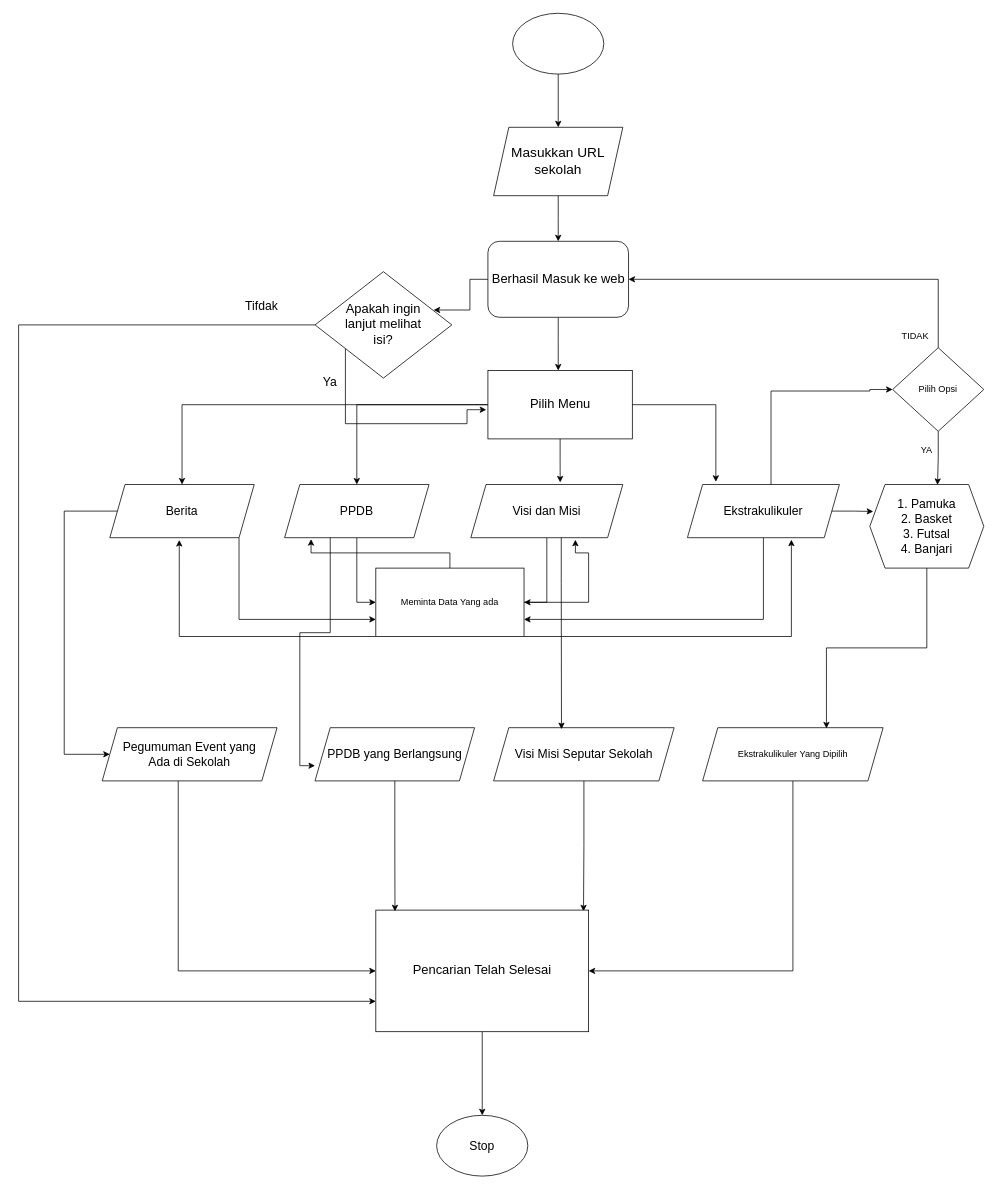
This is analisis sistem.drawio from Sretes-PiceF/UPK, a draw.io file, before an edit. Source tidied: cells renumbered, new cells numbered last; positions are measured from the earlier drawing's top-left corner, leaving out a move shared by most shapes. Both pictures are drawn from the tidied source at 76%, with x=0, y=0 at pixel (18, 13).
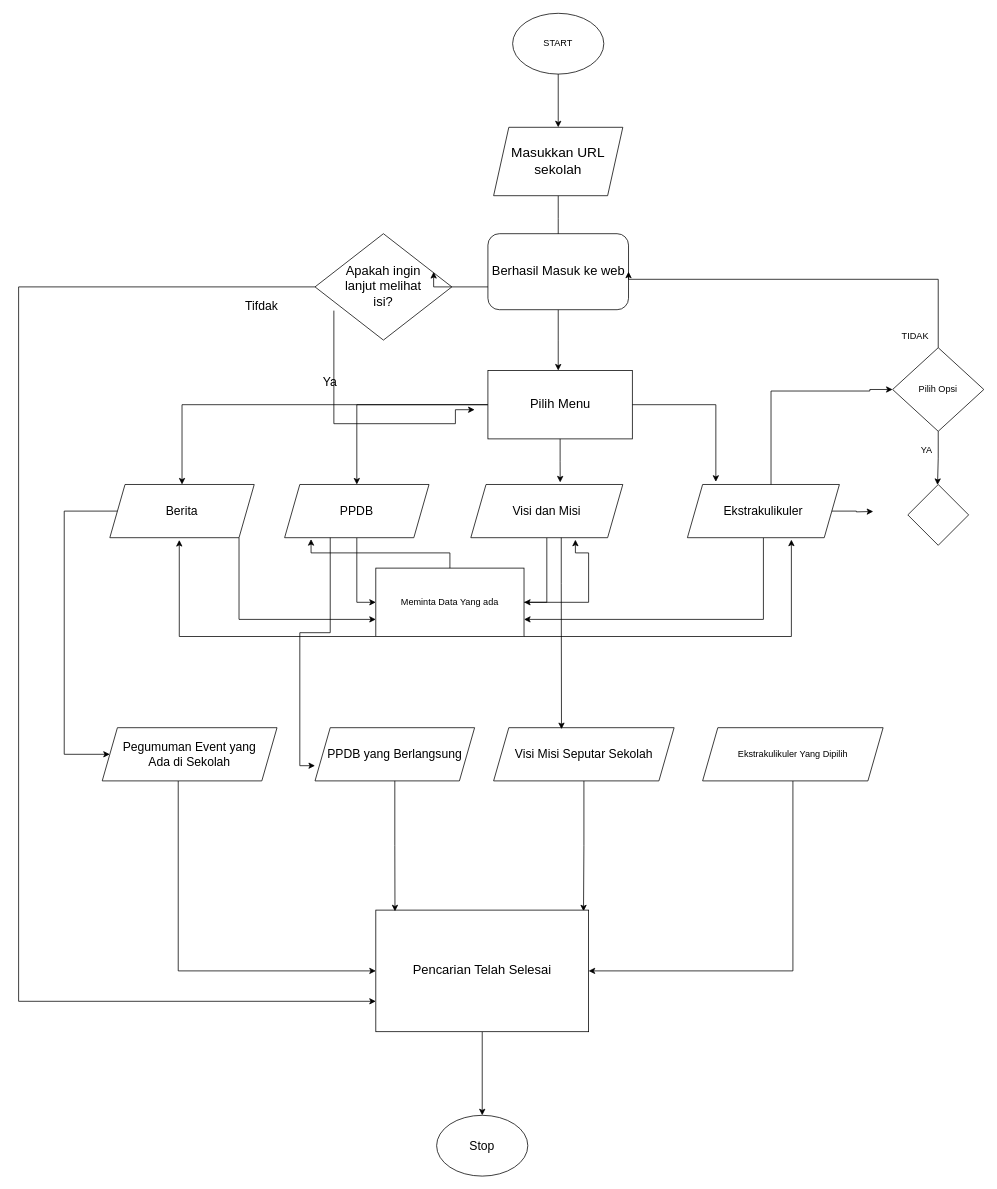
Above is the later version.

The change refers to these unchanged cells:
```xml
<mxCell id="12" value="&lt;font style=&quot;font-size: 16px;&quot;&gt;Ekstrakulikuler&lt;/font&gt;" style="shape=parallelogram;perimeter=parallelogramPerimeter;whiteSpace=wrap;html=1;fixedSize=1;" parent="1" vertex="1">
  <mxGeometry x="880" y="620" width="200" height="70" as="geometry" />
</mxCell>
<mxCell id="38" value="Ekstrakulikuler Yang Dipilih" style="shape=parallelogram;perimeter=parallelogramPerimeter;whiteSpace=wrap;html=1;fixedSize=1;" parent="1" vertex="1">
  <mxGeometry x="900" y="940" width="237.5" height="70" as="geometry" />
</mxCell>
<mxCell id="42" value="Pilih Opsi" style="rhombus;whiteSpace=wrap;html=1;" parent="1" vertex="1">
  <mxGeometry x="1150" y="440" width="120" height="110" as="geometry" />
</mxCell>
<mxCell id="53" value="&lt;font style=&quot;font-size: 17px;&quot;&gt;Pencarian Telah Selesai&lt;/font&gt;" style="rounded=0;whiteSpace=wrap;html=1;" parent="1" vertex="1">
  <mxGeometry x="470" y="1180" width="280" height="160" as="geometry" />
</mxCell>
```

The edit, as a diff of the source:
```diff
@@
-    <mxCell id="3" style="ellipse;whiteSpace=wrap;html=1;" parent="1" vertex="1">
+    <mxCell id="3" value="START" style="ellipse;whiteSpace=wrap;html=1;" parent="1" vertex="1">
       <mxGeometry x="650" width="120" height="80" as="geometry" />
     </mxCell>
@@
     <mxCell id="14" value="&lt;font style=&quot;font-size: 17px;&quot;&gt;Berhasil Masuk ke web&lt;/font&gt;" style="rounded=1;whiteSpace=wrap;html=1;" parent="1" vertex="1">
-      <mxGeometry x="617.5" y="300" width="185" height="100" as="geometry" />
+      <mxGeometry x="617.5" y="290" width="185" height="100" as="geometry" />
     </mxCell>
-    <mxCell id="15" style="edgeStyle=orthogonalEdgeStyle;rounded=0;jettySize=auto;html=1;entryX=0;entryY=0.75;entryDx=0;entryDy=0;" parent="1" edge="1" source="17">
+    <mxCell id="15" style="edgeStyle=orthogonalEdgeStyle;rounded=0;orthogonalLoop=1;jettySize=auto;html=1;entryX=0;entryY=0.75;entryDx=0;entryDy=0;" parent="1" edge="1">
       <mxGeometry relative="1" as="geometry">
-        <mxPoint x="615.3" y="521.6" as="targetPoint" />
+        <mxPoint x="414.8" y="391.2" as="sourcePoint" />
+        <mxPoint x="600" y="521.6" as="targetPoint" />
         <Array as="points">
-          <mxPoint x="430" y="540" />
-          <mxPoint x="590" y="540" />
-          <mxPoint x="590" y="522" />
+          <mxPoint x="414.7" y="540" />
+          <mxPoint x="574.7" y="540" />
+          <mxPoint x="574.7" y="522" />
         </Array>
       </mxGeometry>
     </mxCell>
     <mxCell id="16" style="edgeStyle=orthogonalEdgeStyle;rounded=0;jettySize=auto;html=1;entryX=0;entryY=0.75;entryDx=0;entryDy=0;" parent="1" edge="1" source="17" target="53">
       <mxGeometry relative="1" as="geometry">
         <Array as="points">
-          <mxPoint y="410" />
+          <mxPoint y="360" />
           <mxPoint y="1300" />
         </Array>
       </mxGeometry>
     </mxCell>
     <mxCell id="17" value="&lt;div&gt;&lt;font style=&quot;font-size: 17px;&quot;&gt;Apakah ingin &lt;br&gt;&lt;/font&gt;&lt;/div&gt;&lt;div&gt;&lt;font style=&quot;font-size: 17px;&quot;&gt;lanjut melihat &lt;br&gt;&lt;/font&gt;&lt;/div&gt;&lt;div&gt;&lt;font style=&quot;font-size: 17px;&quot;&gt;isi?&lt;br&gt;&lt;/font&gt;&lt;/div&gt;" style="rhombus;whiteSpace=wrap;html=1;" parent="1" vertex="1">
-      <mxGeometry x="390" y="340" width="180" height="140" as="geometry" />
+      <mxGeometry x="390" y="290" width="180" height="140" as="geometry" />
     </mxCell>
@@
     <mxCell id="22" style="edgeStyle=orthogonalEdgeStyle;rounded=0;jettySize=auto;html=1;entryX=0.867;entryY=0.36;entryDx=0;entryDy=0;entryPerimeter=0;" parent="1" edge="1" source="14" target="17">
-      <mxGeometry relative="1" as="geometry" />
+      <mxGeometry relative="1" as="geometry">
+        <Array as="points">
+          <mxPoint x="546" y="360" />
+        </Array>
+      </mxGeometry>
     </mxCell>
@@
-    <mxCell id="39" value="&lt;div&gt;&lt;font style=&quot;font-size: 16px;&quot;&gt;1. Pamuka&lt;/font&gt;&lt;/div&gt;&lt;div&gt;&lt;font style=&quot;font-size: 16px;&quot;&gt;2. Basket&lt;/font&gt;&lt;/div&gt;&lt;div&gt;&lt;font style=&quot;font-size: 16px;&quot;&gt;3. Futsal&lt;/font&gt;&lt;/div&gt;&lt;div&gt;&lt;font style=&quot;font-size: 16px;&quot;&gt;4. Banjari&lt;br&gt;&lt;/font&gt;&lt;/div&gt;" style="shape=hexagon;perimeter=hexagonPerimeter2;whiteSpace=wrap;html=1;fixedSize=1;" parent="1" vertex="1">
-      <mxGeometry x="1120" y="620" width="150" height="110" as="geometry" />
-    </mxCell>
-    <mxCell id="40" style="edgeStyle=orthogonalEdgeStyle;rounded=0;jettySize=auto;html=1;entryX=0.03;entryY=0.323;entryDx=0;entryDy=0;entryPerimeter=0;" parent="1" edge="1" source="12" target="39">
-      <mxGeometry relative="1" as="geometry" />
+    <mxCell id="40" style="edgeStyle=orthogonalEdgeStyle;rounded=0;jettySize=auto;html=1;entryX=0.03;entryY=0.323;entryDx=0;entryDy=0;entryPerimeter=0;" parent="1" edge="1" source="12">
+      <mxGeometry relative="1" as="geometry">
+        <mxPoint x="1124.5" y="655.5" as="targetPoint" />
+      </mxGeometry>
     </mxCell>
@@
-    <mxCell id="44" style="edgeStyle=orthogonalEdgeStyle;rounded=0;jettySize=auto;html=1;entryX=0.594;entryY=0.005;entryDx=0;entryDy=0;entryPerimeter=0;" parent="1" edge="1" source="42" target="39">
-      <mxGeometry relative="1" as="geometry" />
+    <mxCell id="44" style="edgeStyle=orthogonalEdgeStyle;rounded=0;jettySize=auto;html=1;entryX=0.594;entryY=0.005;entryDx=0;entryDy=0;entryPerimeter=0;" parent="1" edge="1" source="42">
+      <mxGeometry relative="1" as="geometry">
+        <mxPoint x="1209.1" y="620.6" as="targetPoint" />
+      </mxGeometry>
     </mxCell>
@@
-    <mxCell id="47" style="edgeStyle=orthogonalEdgeStyle;rounded=0;jettySize=auto;html=1;entryX=0.686;entryY=0.014;entryDx=0;entryDy=0;entryPerimeter=0;" parent="1" edge="1" source="39" target="38">
-      <mxGeometry relative="1" as="geometry" />
-    </mxCell>
@@
+    <mxCell id="55" style="rhombus;whiteSpace=wrap;html=1;" parent="1" vertex="1">
+      <mxGeometry x="1170" y="620" width="80" height="80" as="geometry" />
+    </mxCell>
```
